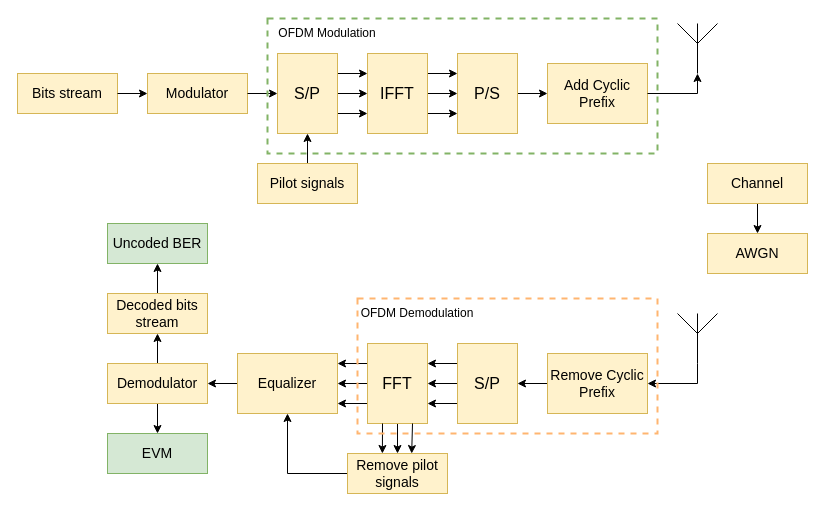
isvoropaev02/OFDM keeps this draw.io diagram as model_structure.drawio. Above is the earlier version. Source tidied: cells renumbered, new cells numbered last; positions are measured from the earlier drawing's top-left corner, leaving out a move shared by most shapes. Both pictures are drawn from the tidied source at 100%, with x=0, y=0 at pixel (17, 18).
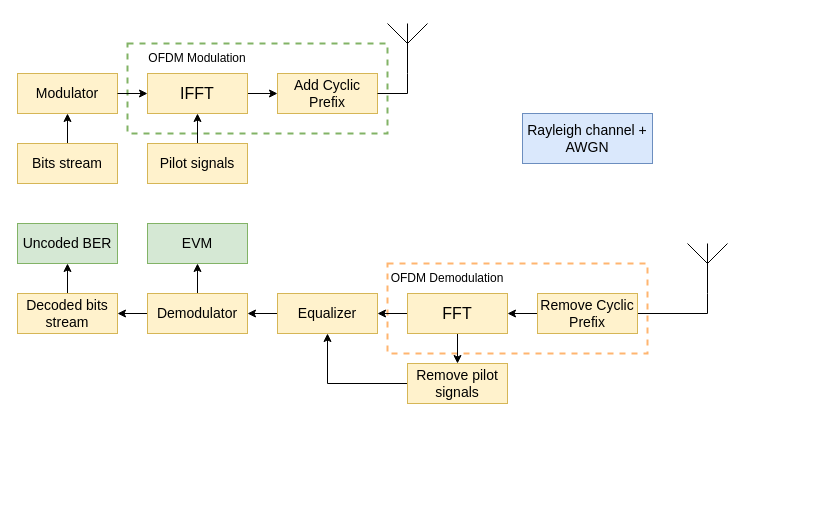
The same page after the edit.

What changed in the source:
```diff
@@
+    <mxCell id="52" style="rounded=0;whiteSpace=wrap;html=1;fillColor=none;strokeColor=#FFB570;dashed=1;strokeWidth=2;" parent="1" vertex="1">
+      <mxGeometry x="370" y="245" width="260" height="90" as="geometry" />
+    </mxCell>
+    <mxCell id="50" style="rounded=0;whiteSpace=wrap;html=1;fillColor=none;strokeColor=#82b366;dashed=1;strokeWidth=2;" parent="1" vertex="1">
+      <mxGeometry x="110" y="25" width="260" height="90" as="geometry" />
+    </mxCell>
+    <mxCell id="17" style="edgeStyle=orthogonalEdgeStyle;rounded=0;jettySize=auto;html=1;exitX=0.5;exitY=0;exitDx=0;exitDy=0;entryX=0.5;entryY=1;entryDx=0;entryDy=0;" parent="1" edge="1" source="2" target="3">
+      <mxGeometry relative="1" as="geometry" />
+    </mxCell>
     <mxCell id="2" value="&lt;font style=&quot;font-size: 14px;&quot; face=&quot;Helvetica&quot;&gt;Bits stream&lt;/font&gt;" style="rounded=0;whiteSpace=wrap;html=1;fillColor=#fff2cc;strokeColor=#d6b656;" parent="1" vertex="1">
-      <mxGeometry y="55" width="100" height="40" as="geometry" />
+      <mxGeometry y="125" width="100" height="40" as="geometry" />
     </mxCell>
     <mxCell id="3" value="&lt;font style=&quot;font-size: 14px;&quot; face=&quot;Helvetica&quot;&gt;Modulator&lt;/font&gt;" style="rounded=0;whiteSpace=wrap;html=1;fillColor=#fff2cc;strokeColor=#d6b656;" parent="1" vertex="1">
-      <mxGeometry x="130" y="55" width="100" height="40" as="geometry" />
+      <mxGeometry y="55" width="100" height="40" as="geometry" />
     </mxCell>
-    <mxCell id="4" style="edgeStyle=orthogonalEdgeStyle;rounded=0;jettySize=auto;html=1;exitX=0.75;exitY=0;exitDx=0;exitDy=0;entryX=0.75;entryY=1;entryDx=0;entryDy=0;" parent="1" edge="1" source="7" target="11">
-      <mxGeometry relative="1" as="geometry" />
-    </mxCell>
-    <mxCell id="5" style="edgeStyle=orthogonalEdgeStyle;rounded=0;jettySize=auto;html=1;exitX=0.5;exitY=0;exitDx=0;exitDy=0;entryX=0.5;entryY=1;entryDx=0;entryDy=0;" parent="1" edge="1" source="7" target="11">
-      <mxGeometry relative="1" as="geometry" />
-    </mxCell>
-    <mxCell id="6" style="edgeStyle=orthogonalEdgeStyle;rounded=0;jettySize=auto;html=1;exitX=0.25;exitY=0;exitDx=0;exitDy=0;entryX=0.25;entryY=1;entryDx=0;entryDy=0;" parent="1" edge="1" source="7" target="11">
-      <mxGeometry relative="1" as="geometry" />
-    </mxCell>
-    <mxCell id="7" value="&lt;font size=&quot;3&quot;&gt;S/P&lt;/font&gt;" style="rounded=0;whiteSpace=wrap;html=1;direction=south;fillColor=#fff2cc;strokeColor=#d6b656;" parent="1" vertex="1">
-      <mxGeometry x="260" y="35" width="60" height="80" as="geometry" />
-    </mxCell>
-    <mxCell id="8" style="edgeStyle=orthogonalEdgeStyle;rounded=0;jettySize=auto;html=1;exitX=0.75;exitY=0;exitDx=0;exitDy=0;entryX=0.75;entryY=1;entryDx=0;entryDy=0;" parent="1" edge="1" source="11" target="13">
-      <mxGeometry relative="1" as="geometry" />
-    </mxCell>
-    <mxCell id="9" style="edgeStyle=orthogonalEdgeStyle;rounded=0;jettySize=auto;html=1;exitX=0.5;exitY=0;exitDx=0;exitDy=0;entryX=0.5;entryY=1;entryDx=0;entryDy=0;" parent="1" edge="1" source="11" target="13">
-      <mxGeometry relative="1" as="geometry" />
-    </mxCell>
-    <mxCell id="10" style="edgeStyle=orthogonalEdgeStyle;rounded=0;jettySize=auto;html=1;exitX=0.25;exitY=0;exitDx=0;exitDy=0;entryX=0.25;entryY=1;entryDx=0;entryDy=0;" parent="1" edge="1" source="11" target="13">
-      <mxGeometry relative="1" as="geometry" />
-    </mxCell>
+    <mxCell id="54" style="edgeStyle=orthogonalEdgeStyle;rounded=0;jettySize=auto;html=1;exitX=0.5;exitY=0;exitDx=0;exitDy=0;entryX=0;entryY=0.5;entryDx=0;entryDy=0;" parent="1" edge="1" source="11" target="16">
+      <mxGeometry relative="1" as="geometry" />
+    </mxCell>
     <mxCell id="11" value="&lt;font size=&quot;3&quot;&gt;IFFT&lt;/font&gt;" style="rounded=0;whiteSpace=wrap;html=1;direction=south;fillColor=#fff2cc;strokeColor=#d6b656;" parent="1" vertex="1">
-      <mxGeometry x="350" y="35" width="60" height="80" as="geometry" />
+      <mxGeometry x="130" y="55" width="100" height="40" as="geometry" />
     </mxCell>
-    <mxCell id="12" style="edgeStyle=orthogonalEdgeStyle;rounded=0;jettySize=auto;html=1;exitX=0.5;exitY=0;exitDx=0;exitDy=0;entryX=0;entryY=0.5;entryDx=0;entryDy=0;" parent="1" edge="1" source="13" target="16">
-      <mxGeometry relative="1" as="geometry" />
-    </mxCell>
-    <mxCell id="13" value="&lt;font size=&quot;3&quot;&gt;P/S&lt;/font&gt;" style="rounded=0;whiteSpace=wrap;html=1;direction=south;fillColor=#fff2cc;strokeColor=#d6b656;" parent="1" vertex="1">
-      <mxGeometry x="440" y="35" width="60" height="80" as="geometry" />
-    </mxCell>
-    <mxCell id="14" style="edgeStyle=orthogonalEdgeStyle;rounded=0;jettySize=auto;html=1;exitX=0.5;exitY=0;exitDx=0;exitDy=0;entryX=1;entryY=0.5;entryDx=0;entryDy=0;" parent="1" edge="1" source="15" target="7">
-      <mxGeometry relative="1" as="geometry" />
-    </mxCell>
+    <mxCell id="55" style="edgeStyle=orthogonalEdgeStyle;rounded=0;jettySize=auto;html=1;exitX=0.5;exitY=0;exitDx=0;exitDy=0;" parent="1" edge="1" source="15" target="11">
+      <mxGeometry relative="1" as="geometry" />
+    </mxCell>
     <mxCell id="15" value="&lt;font style=&quot;font-size: 14px;&quot; face=&quot;Helvetica&quot;&gt;Pilot signals&lt;/font&gt;" style="rounded=0;whiteSpace=wrap;html=1;fillColor=#fff2cc;strokeColor=#d6b656;" parent="1" vertex="1">
-      <mxGeometry x="240" y="145" width="100" height="40" as="geometry" />
+      <mxGeometry x="130" y="125" width="100" height="40" as="geometry" />
     </mxCell>
     <mxCell id="16" value="&lt;font style=&quot;font-size: 14px;&quot; face=&quot;Helvetica&quot;&gt;Add Cyclic Prefix&lt;/font&gt;" style="rounded=0;whiteSpace=wrap;html=1;fillColor=#fff2cc;strokeColor=#d6b656;" parent="1" vertex="1">
-      <mxGeometry x="530" y="45" width="100" height="60" as="geometry" />
+      <mxGeometry x="260" y="55" width="100" height="40" as="geometry" />
     </mxCell>
-    <mxCell id="17" style="endArrow=classic;html=1;rounded=0;exitX=1;exitY=0.5;exitDx=0;exitDy=0;entryX=0;entryY=0.5;entryDx=0;entryDy=0;" parent="1" edge="1" source="2" target="3">
-      <mxGeometry relative="1" as="geometry" />
-    </mxCell>
-    <mxCell id="18" style="endArrow=classic;html=1;rounded=0;exitX=1;exitY=0.5;exitDx=0;exitDy=0;entryX=0.5;entryY=1;entryDx=0;entryDy=0;" parent="1" edge="1" source="3" target="7">
+    <mxCell id="18" style="endArrow=classic;html=1;rounded=0;exitX=1;exitY=0.5;exitDx=0;exitDy=0;entryX=0.5;entryY=1;entryDx=0;entryDy=0;" parent="1" edge="1" source="3" target="11">
       <mxGeometry relative="1" as="geometry" />
     </mxCell>
     <mxCell id="19" style="verticalLabelPosition=bottom;shadow=0;dashed=0;align=center;html=1;verticalAlign=top;shape=mxgraph.electrical.radio.aerial_-_antenna_1;" parent="1" vertex="1">
-      <mxGeometry x="660" y="5" width="40" height="50" as="geometry" />
+      <mxGeometry x="370" y="5" width="40" height="50" as="geometry" />
     </mxCell>
-    <mxCell id="20" style="edgeStyle=orthogonalEdgeStyle;rounded=0;jettySize=auto;html=1;entryX=0.5;entryY=1;entryDx=0;entryDy=0;entryPerimeter=0;exitX=1;exitY=0.5;exitDx=0;exitDy=0;" parent="1" edge="1" source="16" target="19">
-      <mxGeometry relative="1" as="geometry" />
-    </mxCell>
-    <mxCell id="21" style="edgeStyle=orthogonalEdgeStyle;rounded=0;jettySize=auto;html=1;exitX=0.5;exitY=1;exitDx=0;exitDy=0;entryX=0.5;entryY=0;entryDx=0;entryDy=0;" parent="1" edge="1" source="22" target="24">
-      <mxGeometry relative="1" as="geometry" />
-    </mxCell>
-    <mxCell id="22" value="&lt;font style=&quot;font-size: 14px;&quot; face=&quot;Helvetica&quot;&gt;Channel&lt;/font&gt;" style="rounded=0;whiteSpace=wrap;html=1;fillColor=#fff2cc;strokeColor=#d6b656;" parent="1" vertex="1">
-      <mxGeometry x="690" y="145" width="100" height="40" as="geometry" />
+    <mxCell id="22" value="&lt;font style=&quot;font-size: 14px;&quot; face=&quot;Helvetica&quot;&gt;Rayleigh channel + AWGN&lt;/font&gt;" style="rounded=0;whiteSpace=wrap;html=1;fillColor=#dae8fc;strokeColor=#6c8ebf;" parent="1" vertex="1">
+      <mxGeometry x="505" y="95" width="130" height="50" as="geometry" />
     </mxCell>
+    <mxCell id="27" style="edgeStyle=orthogonalEdgeStyle;rounded=0;jettySize=auto;html=1;exitX=0.5;exitY=1;exitDx=0;exitDy=0;exitPerimeter=0;entryX=1;entryY=0.5;entryDx=0;entryDy=0;endArrow=none;endFill=0;" parent="1" edge="1" source="23" target="26">
+      <mxGeometry relative="1" as="geometry" />
+    </mxCell>
     <mxCell id="23" style="verticalLabelPosition=bottom;shadow=0;dashed=0;align=center;html=1;verticalAlign=top;shape=mxgraph.electrical.radio.aerial_-_antenna_1;" parent="1" vertex="1">
-      <mxGeometry x="660" y="295" width="40" height="50" as="geometry" />
+      <mxGeometry x="670" y="225" width="40" height="50" as="geometry" />
     </mxCell>
-    <mxCell id="24" value="&lt;font style=&quot;font-size: 14px;&quot; face=&quot;Helvetica&quot;&gt;AWGN&lt;/font&gt;" style="rounded=0;whiteSpace=wrap;html=1;fillColor=#fff2cc;strokeColor=#d6b656;" parent="1" vertex="1">
-      <mxGeometry x="690" y="215" width="100" height="40" as="geometry" />
-    </mxCell>
-    <mxCell id="25" style="edgeStyle=orthogonalEdgeStyle;rounded=0;jettySize=auto;html=1;exitX=0;exitY=0.5;exitDx=0;exitDy=0;entryX=0.5;entryY=0;entryDx=0;entryDy=0;" parent="1" edge="1" source="26" target="31">
-      <mxGeometry relative="1" as="geometry" />
-    </mxCell>
+    <mxCell id="56" style="edgeStyle=orthogonalEdgeStyle;rounded=0;jettySize=auto;html=1;exitX=0;exitY=0.5;exitDx=0;exitDy=0;entryX=0.5;entryY=0;entryDx=0;entryDy=0;" parent="1" edge="1" source="26" target="36">
+      <mxGeometry relative="1" as="geometry" />
+    </mxCell>
     <mxCell id="26" value="&lt;font style=&quot;font-size: 14px;&quot; face=&quot;Helvetica&quot;&gt;Remove Cyclic Prefix&lt;/font&gt;" style="rounded=0;whiteSpace=wrap;html=1;fillColor=#fff2cc;strokeColor=#d6b656;" parent="1" vertex="1">
-      <mxGeometry x="530" y="335" width="100" height="60" as="geometry" />
+      <mxGeometry x="520" y="275" width="100" height="40" as="geometry" />
     </mxCell>
-    <mxCell id="27" style="edgeStyle=orthogonalEdgeStyle;rounded=0;jettySize=auto;html=1;exitX=0.5;exitY=1;exitDx=0;exitDy=0;exitPerimeter=0;entryX=1;entryY=0.5;entryDx=0;entryDy=0;" parent="1" edge="1" source="23" target="26">
-      <mxGeometry relative="1" as="geometry" />
-    </mxCell>
-    <mxCell id="28" style="edgeStyle=orthogonalEdgeStyle;rounded=0;jettySize=auto;html=1;exitX=0.25;exitY=1;exitDx=0;exitDy=0;entryX=0.25;entryY=0;entryDx=0;entryDy=0;" parent="1" edge="1" source="31" target="36">
-      <mxGeometry relative="1" as="geometry" />
-    </mxCell>
-    <mxCell id="29" style="edgeStyle=orthogonalEdgeStyle;rounded=0;jettySize=auto;html=1;exitX=0.5;exitY=1;exitDx=0;exitDy=0;entryX=0.5;entryY=0;entryDx=0;entryDy=0;" parent="1" edge="1" source="31" target="36">
-      <mxGeometry relative="1" as="geometry" />
-    </mxCell>
-    <mxCell id="30" style="edgeStyle=orthogonalEdgeStyle;rounded=0;jettySize=auto;html=1;exitX=0.75;exitY=1;exitDx=0;exitDy=0;entryX=0.75;entryY=0;entryDx=0;entryDy=0;" parent="1" edge="1" source="31" target="36">
-      <mxGeometry relative="1" as="geometry" />
-    </mxCell>
-    <mxCell id="31" value="&lt;font size=&quot;3&quot;&gt;S/P&lt;/font&gt;" style="rounded=0;whiteSpace=wrap;html=1;direction=south;fillColor=#fff2cc;strokeColor=#d6b656;" parent="1" vertex="1">
-      <mxGeometry x="440" y="325" width="60" height="80" as="geometry" />
-    </mxCell>
-    <mxCell id="32" style="edgeStyle=orthogonalEdgeStyle;rounded=0;jettySize=auto;html=1;exitX=0.25;exitY=1;exitDx=0;exitDy=0;entryX=0.25;entryY=0;entryDx=0;entryDy=0;" parent="1" edge="1" source="36">
-      <mxGeometry relative="1" as="geometry">
-        <mxPoint x="320" y="345" as="targetPoint" />
-      </mxGeometry>
-    </mxCell>
-    <mxCell id="33" style="edgeStyle=orthogonalEdgeStyle;rounded=0;jettySize=auto;html=1;exitX=0.5;exitY=1;exitDx=0;exitDy=0;entryX=0.5;entryY=0;entryDx=0;entryDy=0;" parent="1" edge="1" source="36">
-      <mxGeometry relative="1" as="geometry">
-        <mxPoint x="320" y="365" as="targetPoint" />
-      </mxGeometry>
-    </mxCell>
-    <mxCell id="34" style="edgeStyle=orthogonalEdgeStyle;rounded=0;jettySize=auto;html=1;exitX=0.75;exitY=1;exitDx=0;exitDy=0;entryX=0.75;entryY=0;entryDx=0;entryDy=0;" parent="1" edge="1" source="36">
-      <mxGeometry relative="1" as="geometry">
-        <mxPoint x="320" y="385" as="targetPoint" />
-      </mxGeometry>
-    </mxCell>
-    <mxCell id="35" style="edgeStyle=orthogonalEdgeStyle;rounded=0;jettySize=auto;html=1;exitX=1;exitY=0.5;exitDx=0;exitDy=0;entryX=0.5;entryY=0;entryDx=0;entryDy=0;" parent="1" edge="1" source="36" target="38">
-      <mxGeometry relative="1" as="geometry" />
-    </mxCell>
+    <mxCell id="57" style="edgeStyle=orthogonalEdgeStyle;rounded=0;jettySize=auto;html=1;exitX=1;exitY=0.5;exitDx=0;exitDy=0;entryX=0.5;entryY=0;entryDx=0;entryDy=0;" parent="1" edge="1" source="36" target="38">
+      <mxGeometry relative="1" as="geometry" />
+    </mxCell>
+    <mxCell id="58" style="edgeStyle=orthogonalEdgeStyle;rounded=0;jettySize=auto;html=1;exitX=0.5;exitY=1;exitDx=0;exitDy=0;entryX=1;entryY=0.5;entryDx=0;entryDy=0;" parent="1" edge="1" source="36" target="40">
+      <mxGeometry relative="1" as="geometry" />
+    </mxCell>
     <mxCell id="36" value="&lt;font size=&quot;3&quot;&gt;FFT&lt;/font&gt;" style="rounded=0;whiteSpace=wrap;html=1;direction=south;fillColor=#fff2cc;strokeColor=#d6b656;" parent="1" vertex="1">
-      <mxGeometry x="350" y="325" width="60" height="80" as="geometry" />
+      <mxGeometry x="390" y="275" width="100" height="40" as="geometry" />
     </mxCell>
@@
     <mxCell id="38" value="&lt;font style=&quot;font-size: 14px;&quot; face=&quot;Helvetica&quot;&gt;Remove pilot signals&lt;/font&gt;" style="rounded=0;whiteSpace=wrap;html=1;fillColor=#fff2cc;strokeColor=#d6b656;" parent="1" vertex="1">
-      <mxGeometry x="330" y="435" width="100" height="40" as="geometry" />
+      <mxGeometry x="390" y="345" width="100" height="40" as="geometry" />
     </mxCell>
-    <mxCell id="39" style="edgeStyle=orthogonalEdgeStyle;rounded=0;jettySize=auto;html=1;exitX=0;exitY=0.5;exitDx=0;exitDy=0;" parent="1" edge="1" source="40" target="43">
+    <mxCell id="39" style="edgeStyle=orthogonalEdgeStyle;rounded=0;jettySize=auto;html=1;exitX=0;exitY=0.5;exitDx=0;exitDy=0;entryX=1;entryY=0.5;entryDx=0;entryDy=0;" parent="1" edge="1" source="40" target="43">
       <mxGeometry relative="1" as="geometry" />
     </mxCell>
     <mxCell id="40" value="&lt;font style=&quot;font-size: 14px;&quot; face=&quot;Helvetica&quot;&gt;Equalizer&lt;/font&gt;" style="rounded=0;whiteSpace=wrap;html=1;fillColor=#fff2cc;strokeColor=#d6b656;" parent="1" vertex="1">
-      <mxGeometry x="220" y="335" width="100" height="60" as="geometry" />
+      <mxGeometry x="260" y="275" width="100" height="40" as="geometry" />
     </mxCell>
-    <mxCell id="41" style="edgeStyle=orthogonalEdgeStyle;rounded=0;jettySize=auto;html=1;exitX=0.5;exitY=0;exitDx=0;exitDy=0;entryX=0.5;entryY=1;entryDx=0;entryDy=0;" parent="1" edge="1" source="43" target="45">
+    <mxCell id="41" style="edgeStyle=orthogonalEdgeStyle;rounded=0;jettySize=auto;html=1;exitX=0;exitY=0.5;exitDx=0;exitDy=0;entryX=1;entryY=0.5;entryDx=0;entryDy=0;" parent="1" edge="1" source="43" target="45">
       <mxGeometry relative="1" as="geometry" />
     </mxCell>
-    <mxCell id="42" style="edgeStyle=orthogonalEdgeStyle;rounded=0;jettySize=auto;html=1;exitX=0.5;exitY=1;exitDx=0;exitDy=0;" parent="1" edge="1" source="43" target="47">
+    <mxCell id="42" style="edgeStyle=orthogonalEdgeStyle;rounded=0;jettySize=auto;html=1;exitX=0.5;exitY=0;exitDx=0;exitDy=0;entryX=0.5;entryY=1;entryDx=0;entryDy=0;" parent="1" edge="1" source="43" target="47">
       <mxGeometry relative="1" as="geometry" />
     </mxCell>
     <mxCell id="43" value="&lt;font style=&quot;font-size: 14px;&quot; face=&quot;Helvetica&quot;&gt;Demodulator&lt;/font&gt;" style="rounded=0;whiteSpace=wrap;html=1;fillColor=#fff2cc;strokeColor=#d6b656;" parent="1" vertex="1">
-      <mxGeometry x="90" y="345" width="100" height="40" as="geometry" />
+      <mxGeometry x="130" y="275" width="100" height="40" as="geometry" />
     </mxCell>
@@
     <mxCell id="45" value="&lt;font style=&quot;font-size: 14px;&quot; face=&quot;Helvetica&quot;&gt;Decoded bits stream&lt;/font&gt;" style="rounded=0;whiteSpace=wrap;html=1;fillColor=#fff2cc;strokeColor=#d6b656;" parent="1" vertex="1">
-      <mxGeometry x="90" y="275" width="100" height="40" as="geometry" />
+      <mxGeometry y="275" width="100" height="40" as="geometry" />
     </mxCell>
     <mxCell id="46" value="&lt;font style=&quot;font-size: 14px;&quot; face=&quot;Helvetica&quot;&gt;Uncoded BER&lt;/font&gt;" style="rounded=0;whiteSpace=wrap;html=1;fillColor=#d5e8d4;strokeColor=#82b366;" parent="1" vertex="1">
-      <mxGeometry x="90" y="205" width="100" height="40" as="geometry" />
+      <mxGeometry y="205" width="100" height="40" as="geometry" />
     </mxCell>
     <mxCell id="47" value="&lt;font style=&quot;font-size: 14px;&quot; face=&quot;Helvetica&quot;&gt;EVM&lt;/font&gt;" style="rounded=0;whiteSpace=wrap;html=1;fillColor=#d5e8d4;strokeColor=#82b366;" parent="1" vertex="1">
-      <mxGeometry x="90" y="415" width="100" height="40" as="geometry" />
+      <mxGeometry x="130" y="205" width="100" height="40" as="geometry" />
     </mxCell>
-    <mxCell id="48" style="edgeStyle=orthogonalEdgeStyle;rounded=0;jettySize=auto;html=1;exitX=1;exitY=0.75;exitDx=0;exitDy=0;entryX=0.349;entryY=0;entryDx=0;entryDy=0;entryPerimeter=0;" parent="1" edge="1" source="36" target="38">
-      <mxGeometry relative="1" as="geometry" />
-    </mxCell>
-    <mxCell id="49" style="edgeStyle=orthogonalEdgeStyle;rounded=0;jettySize=auto;html=1;exitX=1;exitY=0.25;exitDx=0;exitDy=0;entryX=0.642;entryY=0.001;entryDx=0;entryDy=0;entryPerimeter=0;" parent="1" edge="1" source="36" target="38">
-      <mxGeometry relative="1" as="geometry" />
-    </mxCell>
-    <mxCell id="50" style="rounded=0;whiteSpace=wrap;html=1;fillColor=none;strokeColor=#82b366;dashed=1;strokeWidth=2;" parent="1" vertex="1">
-      <mxGeometry x="250" width="390" height="135" as="geometry" />
-    </mxCell>
     <mxCell id="51" value="OFDM Modulation" style="text;html=1;align=center;verticalAlign=middle;whiteSpace=wrap;rounded=0;" parent="1" vertex="1">
-      <mxGeometry x="250" width="120" height="30" as="geometry" />
+      <mxGeometry x="120" y="25" width="120" height="30" as="geometry" />
     </mxCell>
-    <mxCell id="52" style="rounded=0;whiteSpace=wrap;html=1;fillColor=none;strokeColor=#FFB570;dashed=1;strokeWidth=2;" parent="1" vertex="1">
-      <mxGeometry x="340" y="280" width="300" height="135" as="geometry" />
-    </mxCell>
     <mxCell id="53" value="OFDM Demodulation" style="text;html=1;align=center;verticalAlign=middle;whiteSpace=wrap;rounded=0;" parent="1" vertex="1">
-      <mxGeometry x="340" y="280" width="120" height="30" as="geometry" />
+      <mxGeometry x="370" y="245" width="120" height="30" as="geometry" />
     </mxCell>
+    <mxCell id="20" style="edgeStyle=orthogonalEdgeStyle;rounded=0;jettySize=auto;html=1;exitX=1;exitY=0.5;exitDx=0;exitDy=0;entryX=0.5;entryY=1;entryDx=0;entryDy=0;entryPerimeter=0;startArrow=none;startFill=0;endArrow=none;endFill=0;" parent="1" edge="1" source="16" target="19">
+      <mxGeometry relative="1" as="geometry" />
+    </mxCell>
```
